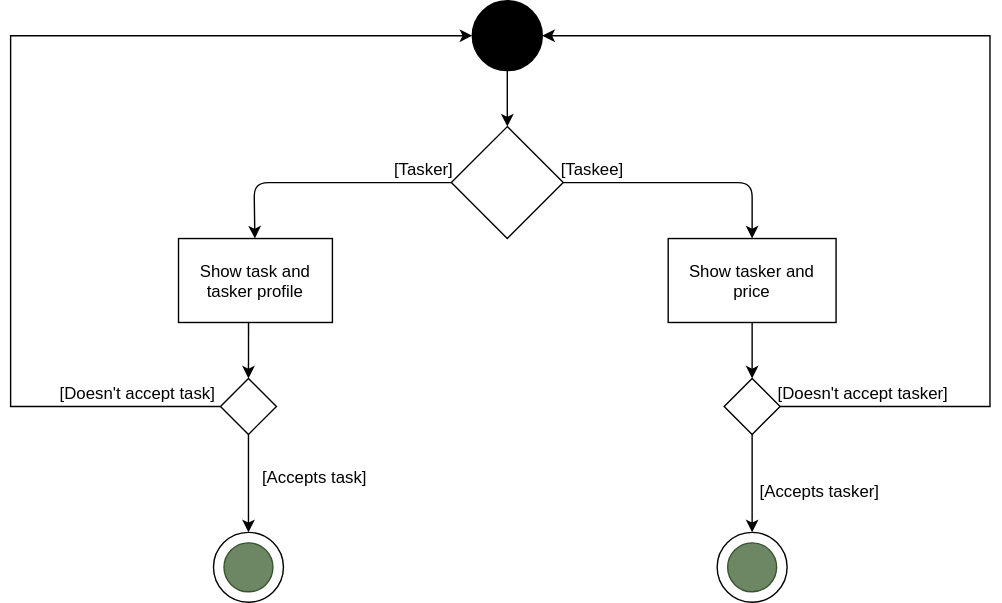
Above: planning-and-analysis/functional-modeling/diagrams/activity-diagram/acceptance-activity-diagram.svg in hessamhz/software-engineering-project (draw.io), before the change. Source tidied: cells renumbered, new cells last; positions are measured from the earlier drawing's top-left corner, leaving out a move shared by most shapes.
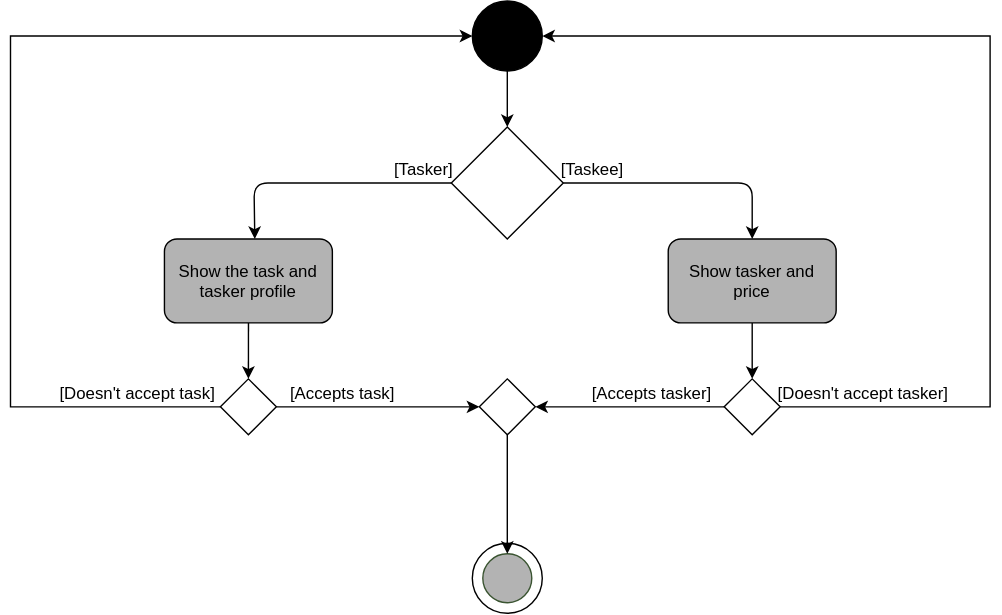
After the change.

Change to the diagram source:
```diff
@@ -11,8 +11,9 @@
     <mxCell id="4" style="endArrow=classic;html=1;exitX=0.5;exitY=1;exitDx=0;exitDy=0;entryX=0.5;entryY=0;entryDx=0;entryDy=0;" parent="1" edge="1" source="2" target="3">
       <mxGeometry relative="1" as="geometry" />
     </mxCell>
-    <mxCell id="5" style="endArrow=classic;html=1;exitX=0;exitY=0.5;exitDx=0;exitDy=0;" parent="1" edge="1" source="3" target="9">
+    <mxCell id="5" style="endArrow=classic;html=1;exitX=0;exitY=0.5;exitDx=0;exitDy=0;" parent="1" edge="1" source="3">
       <mxGeometry relative="1" as="geometry">
+        <mxPoint x="174.6" y="170" as="targetPoint" />
         <Array as="points">
           <mxPoint x="174" y="130" />
         </Array>
@@ -21,8 +22,9 @@
     <mxCell id="6" value="[Tasker]" style="text;html=1;strokeColor=none;fillColor=none;align=center;verticalAlign=middle;whiteSpace=wrap;rounded=0;" parent="1" vertex="1">
       <mxGeometry x="275" y="110" width="40" height="20" as="geometry" />
     </mxCell>
-    <mxCell id="7" style="endArrow=classic;html=1;exitX=1;exitY=0.5;exitDx=0;exitDy=0;entryX=0.5;entryY=0;entryDx=0;entryDy=0;" parent="1" edge="1" source="3" target="18">
+    <mxCell id="7" style="endArrow=classic;html=1;exitX=1;exitY=0.5;exitDx=0;exitDy=0;entryX=0.5;entryY=0;entryDx=0;entryDy=0;" parent="1" edge="1" source="3">
       <mxGeometry relative="1" as="geometry">
+        <mxPoint x="530" y="170" as="targetPoint" />
         <Array as="points">
           <mxPoint x="530" y="130" />
         </Array>
@@ -31,9 +33,6 @@
     <mxCell id="8" value="[Taskee]" style="text;html=1;strokeColor=none;fillColor=none;align=center;verticalAlign=middle;whiteSpace=wrap;rounded=0;" parent="1" vertex="1">
       <mxGeometry x="395" y="110" width="40" height="20" as="geometry" />
     </mxCell>
-    <mxCell id="9" value="Show task and tasker profile" style="rounded=0;whiteSpace=wrap;html=1;" parent="1" vertex="1">
-      <mxGeometry x="120" y="170" width="110" height="60" as="geometry" />
-    </mxCell>
     <mxCell id="10" style="edgeStyle=orthogonalEdgeStyle;rounded=0;jettySize=auto;html=1;exitX=0;exitY=0.5;exitDx=0;exitDy=0;entryX=0;entryY=0.5;entryDx=0;entryDy=0;" parent="1" edge="1" source="11" target="2">
       <mxGeometry relative="1" as="geometry">
         <Array as="points">
@@ -45,30 +44,29 @@
     <mxCell id="11" style="rhombus;whiteSpace=wrap;html=1;strokeColor=#000000;fillColor=#FFFFFF;" parent="1" vertex="1">
       <mxGeometry x="150" y="270" width="40" height="40" as="geometry" />
     </mxCell>
-    <mxCell id="12" style="endArrow=classic;html=1;exitX=0.455;exitY=1;exitDx=0;exitDy=0;entryX=0.5;entryY=0;entryDx=0;entryDy=0;exitPerimeter=0;" parent="1" edge="1" source="9" target="11">
-      <mxGeometry relative="1" as="geometry" />
+    <mxCell id="12" style="endArrow=classic;html=1;exitX=0.455;exitY=1;exitDx=0;exitDy=0;entryX=0.5;entryY=0;entryDx=0;entryDy=0;exitPerimeter=0;" parent="1" edge="1" target="11">
+      <mxGeometry relative="1" as="geometry">
+        <mxPoint x="170" y="230" as="sourcePoint" />
+      </mxGeometry>
     </mxCell>
-    <mxCell id="13" style="endArrow=classic;html=1;exitX=0.5;exitY=1;exitDx=0;exitDy=0;" parent="1" edge="1" source="11">
-      <mxGeometry relative="1" as="geometry">
-        <mxPoint x="170" y="380" as="targetPoint" />
-      </mxGeometry>
+    <mxCell id="13" style="endArrow=classic;html=1;exitX=1;exitY=0.5;exitDx=0;exitDy=0;entryX=0;entryY=0.5;entryDx=0;entryDy=0;" parent="1" edge="1" source="11" target="28">
+      <mxGeometry relative="1" as="geometry" />
     </mxCell>
     <mxCell id="14" value="[Doesn't accept task]" style="text;html=1;strokeColor=none;fillColor=none;align=center;verticalAlign=middle;whiteSpace=wrap;rounded=0;" parent="1" vertex="1">
       <mxGeometry x="20" y="270" width="140" height="20" as="geometry" />
     </mxCell>
     <mxCell id="15" style="ellipse;whiteSpace=wrap;html=1;strokeColor=#000000;fillColor=#FFFFFF;" parent="1" vertex="1">
-      <mxGeometry x="145" y="380" width="50" height="50" as="geometry" />
+      <mxGeometry x="330" y="387.5" width="50" height="50" as="geometry" />
     </mxCell>
-    <mxCell id="16" style="ellipse;whiteSpace=wrap;html=1;strokeColor=#3A5431;fillColor=#6d8764;fontColor=#ffffff;" parent="1" vertex="1">
-      <mxGeometry x="152.5" y="387.5" width="35" height="35" as="geometry" />
+    <mxCell id="16" style="ellipse;whiteSpace=wrap;html=1;strokeColor=#3A5431;fillColor=#B3B3B3;fontColor=#ffffff;" parent="1" vertex="1">
+      <mxGeometry x="337.5" y="395" width="35" height="35" as="geometry" />
     </mxCell>
-    <mxCell id="17" style="edgeStyle=orthogonalEdgeStyle;rounded=0;jettySize=auto;html=1;entryX=0.5;entryY=0;entryDx=0;entryDy=0;" parent="1" edge="1" source="18" target="21">
-      <mxGeometry relative="1" as="geometry" />
+    <mxCell id="17" style="edgeStyle=orthogonalEdgeStyle;rounded=0;jettySize=auto;html=1;entryX=0.5;entryY=0;entryDx=0;entryDy=0;" parent="1" edge="1" target="21">
+      <mxGeometry relative="1" as="geometry">
+        <mxPoint x="530" y="230" as="sourcePoint" />
+      </mxGeometry>
     </mxCell>
-    <mxCell id="18" value="Show tasker and price" style="rounded=0;whiteSpace=wrap;html=1;strokeColor=#000000;fillColor=#FFFFFF;" parent="1" vertex="1">
-      <mxGeometry x="470" y="170" width="120" height="60" as="geometry" />
-    </mxCell>
-    <mxCell id="19" style="edgeStyle=orthogonalEdgeStyle;rounded=0;jettySize=auto;html=1;entryX=0.5;entryY=0;entryDx=0;entryDy=0;" parent="1" edge="1" source="21" target="22">
+    <mxCell id="19" style="edgeStyle=orthogonalEdgeStyle;rounded=0;jettySize=auto;html=1;entryX=1;entryY=0.5;entryDx=0;entryDy=0;" parent="1" edge="1" source="21" target="28">
       <mxGeometry relative="1" as="geometry" />
     </mxCell>
     <mxCell id="20" style="edgeStyle=orthogonalEdgeStyle;rounded=0;jettySize=auto;html=1;exitX=1;exitY=0.5;exitDx=0;exitDy=0;entryX=1;entryY=0.5;entryDx=0;entryDy=0;" parent="1" edge="1" source="21" target="2">
@@ -82,20 +80,26 @@
     <mxCell id="21" style="rhombus;whiteSpace=wrap;html=1;strokeColor=#000000;fillColor=#FFFFFF;" parent="1" vertex="1">
       <mxGeometry x="510" y="270" width="40" height="40" as="geometry" />
     </mxCell>
-    <mxCell id="22" style="ellipse;whiteSpace=wrap;html=1;strokeColor=#000000;fillColor=#FFFFFF;" parent="1" vertex="1">
-      <mxGeometry x="505" y="380" width="50" height="50" as="geometry" />
-    </mxCell>
-    <mxCell id="23" style="ellipse;whiteSpace=wrap;html=1;strokeColor=#3A5431;fillColor=#6d8764;fontColor=#ffffff;" parent="1" vertex="1">
-      <mxGeometry x="512.5" y="387.5" width="35" height="35" as="geometry" />
-    </mxCell>
     <mxCell id="24" value="[Doesn't accept tasker]" style="text;html=1;strokeColor=none;fillColor=none;align=center;verticalAlign=middle;whiteSpace=wrap;rounded=0;" parent="1" vertex="1">
       <mxGeometry x="539" y="270" width="140" height="20" as="geometry" />
     </mxCell>
     <mxCell id="25" value="[Accepts task]" style="text;html=1;strokeColor=none;fillColor=none;align=center;verticalAlign=middle;whiteSpace=wrap;rounded=0;" parent="1" vertex="1">
-      <mxGeometry x="170" y="330" width="95" height="20" as="geometry" />
+      <mxGeometry x="190" y="270" width="95" height="20" as="geometry" />
     </mxCell>
     <mxCell id="26" value="[Accepts tasker]" style="text;html=1;strokeColor=none;fillColor=none;align=center;verticalAlign=middle;whiteSpace=wrap;rounded=0;" parent="1" vertex="1">
-      <mxGeometry x="530" y="340" width="95" height="20" as="geometry" />
+      <mxGeometry x="410" y="270" width="95" height="20" as="geometry" />
     </mxCell>
+    <mxCell id="27" style="edgeStyle=orthogonalEdgeStyle;rounded=0;jettySize=auto;html=1;entryX=0.5;entryY=0;entryDx=0;entryDy=0;" parent="1" edge="1" source="28" target="16">
+      <mxGeometry relative="1" as="geometry" />
+    </mxCell>
+    <mxCell id="28" style="rhombus;whiteSpace=wrap;html=1;strokeColor=#000000;fillColor=#FFFFFF;" parent="1" vertex="1">
+      <mxGeometry x="335" y="270" width="40" height="40" as="geometry" />
+    </mxCell>
+    <mxCell id="18" value="&lt;span style=&quot;white-space: normal&quot;&gt;Show tasker and price&lt;/span&gt;" style="rounded=1;whiteSpace=wrap;html=1;fillColor=#B3B3B3;" parent="1" vertex="1">
+      <mxGeometry x="470" y="170" width="120" height="60" as="geometry" />
+    </mxCell>
+    <mxCell id="29" value="&lt;span style=&quot;white-space: normal&quot;&gt;Show the task and tasker profile&lt;/span&gt;" style="rounded=1;whiteSpace=wrap;html=1;fillColor=#B3B3B3;" parent="1" vertex="1">
+      <mxGeometry x="110" y="170" width="120" height="60" as="geometry" />
+    </mxCell>
   </root>
 </mxGraphModel>
```
